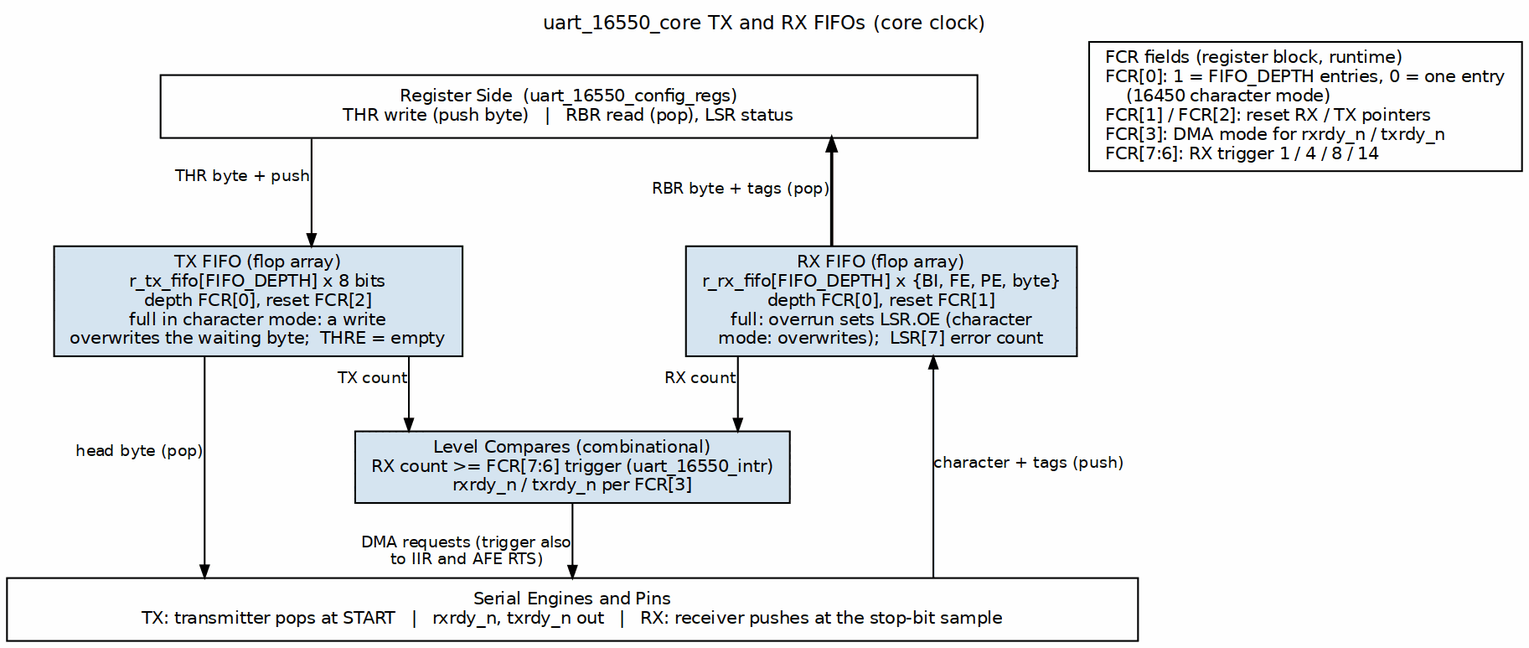
Above: projects/components/legacy-ip/retro_legacy_blocks/docs/uart_16550_mas/assets/graphviz/uart_fifo.png in sean-galloway/RTLDesignSherpa (Graphviz), before the change. Its source is kept beside it as projects/components/legacy-ip/retro_legacy_blocks/docs/uart_16550_mas/assets/graphviz/uart_fifo.dot.
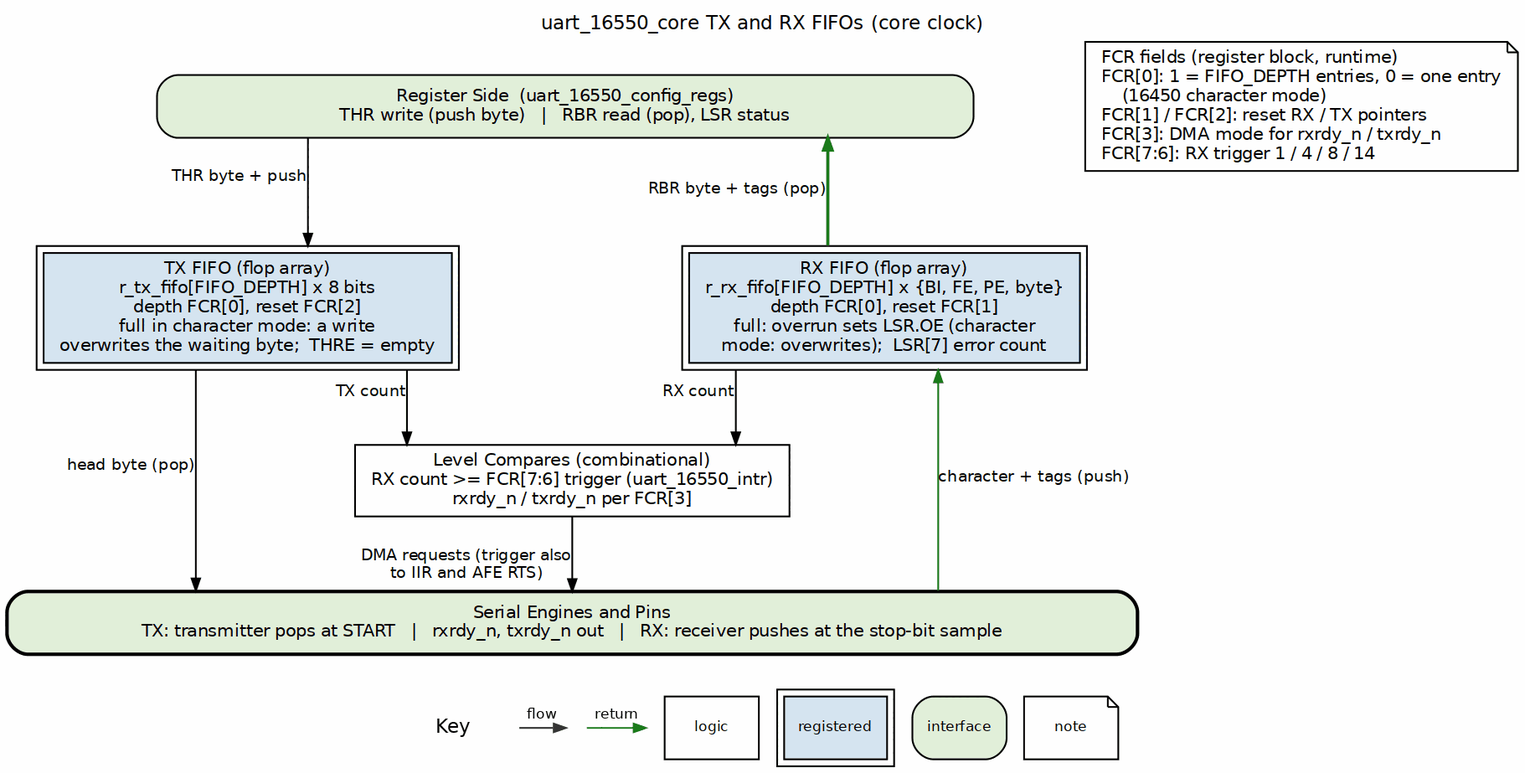
After the commit.

What changed in the source:
```diff
@@ -3,21 +3,21 @@
            nodesep="0.45", ranksep="0.60", splines=ortho, newrank=true,
            label="uart_16550_core TX and RX FIFOs (core clock)", labelloc=t, labeljust=c];
     node  [fontname="Helvetica", fontsize=10, shape=box, style=filled,
-           fillcolor="#D6E4F0", color="black", margin="0.12,0.06"];
+           fillcolor="white", color="black", margin="0.12,0.06"];
     edge  [fontname="Helvetica", fontsize=9, color="black", arrowsize=0.7];
-    port [group=C, label="Register Side  (uart_16550_config_regs)\nTHR write (push byte)   |   RBR read (pop), LSR status", fillcolor="white", width=6.5];
-    fcr  [fillcolor="white", label="FCR fields (register block, runtime)\lFCR[0]: 1 = FIFO_DEPTH entries, 0 = one entry\l    (16450 character mode)\lFCR[1] / FCR[2]: reset RX / TX pointers\lFCR[3]: DMA mode for rxrdy_n / txrdy_n\lFCR[7:6]: RX trigger 1 / 4 / 8 / 14\l"];
+    port [group=C, label="Register Side  (uart_16550_config_regs)\nTHR write (push byte)   |   RBR read (pop), LSR status", fillcolor="white", width=6.5, style="rounded,filled", fillcolor="#E2EFDA"];
+    fcr  [fillcolor="white", label="FCR fields (register block, runtime)\lFCR[0]: 1 = FIFO_DEPTH entries, 0 = one entry\l    (16450 character mode)\lFCR[1] / FCR[2]: reset RX / TX pointers\lFCR[3]: DMA mode for rxrdy_n / txrdy_n\lFCR[7:6]: RX trigger 1 / 4 / 8 / 14\l", shape=note];
 
-    txf [group=L, label="TX FIFO (flop array)\nr_tx_fifo[FIFO_DEPTH] x 8 bits\ndepth FCR[0], reset FCR[2]\nfull in character mode: a write\noverwrites the waiting byte;  THRE = empty"];
-    rxf [group=R, label="RX FIFO (flop array)\nr_rx_fifo[FIFO_DEPTH] x {BI, FE, PE, byte}\ndepth FCR[0], reset FCR[1]\nfull: overrun sets LSR.OE (character\nmode: overwrites);  LSR[7] error count"];
-    trg [group=C, label="Level Compares (combinational)\nRX count >= FCR[7:6] trigger (uart_16550_intr)\nrxrdy_n / txrdy_n per FCR[3]"];
+    txf [group=L, label="TX FIFO (flop array)\nr_tx_fifo[FIFO_DEPTH] x 8 bits\ndepth FCR[0], reset FCR[2]\nfull in character mode: a write\noverwrites the waiting byte;  THRE = empty", peripheries=2, style="filled", fillcolor="#D6E4F0"];
+    rxf [group=R, label="RX FIFO (flop array)\nr_rx_fifo[FIFO_DEPTH] x {BI, FE, PE, byte}\ndepth FCR[0], reset FCR[1]\nfull: overrun sets LSR.OE (character\nmode: overwrites);  LSR[7] error count", peripheries=2, style="filled", fillcolor="#D6E4F0"];
+    trg [group=C, label="Level Compares (combinational)\nRX count >= FCR[7:6] trigger (uart_16550_intr)\nrxrdy_n / txrdy_n per FCR[3]", style="filled", fillcolor="white"];
 
-    bar [group=C, label="Serial Engines and Pins\nTX: transmitter pops at START   |   rxrdy_n, txrdy_n out   |   RX: receiver pushes at the stop-bit sample", fillcolor="white", width=9.0];
+    bar [group=C, label="Serial Engines and Pins\nTX: transmitter pops at START   |   rxrdy_n, txrdy_n out   |   RX: receiver pushes at the stop-bit sample", fillcolor="white", width=9.0, style="rounded,filled,bold", fillcolor="#E2EFDA"];
 
     port -> txf [xlabel="THR byte + push"];
     txf  -> bar [xlabel="head byte (pop)"];
-    port -> rxf [dir=back, penwidth=1.8, xlabel="RBR byte + tags (pop)"];
-    rxf  -> bar [dir=back, xlabel="character + tags (push)"];
+    port -> rxf [color="#1A7A1A", dir=back, penwidth=1.8, xlabel="RBR byte + tags (pop)"];
+    rxf  -> bar [color="#1A7A1A", dir=back, xlabel="character + tags (push)"];
     txf  -> trg [xlabel="TX count"];
     rxf  -> trg [xlabel="RX count"];
     trg  -> bar [xlabel="DMA requests (trigger also\nto IIR and AFE RTS)"];
```
